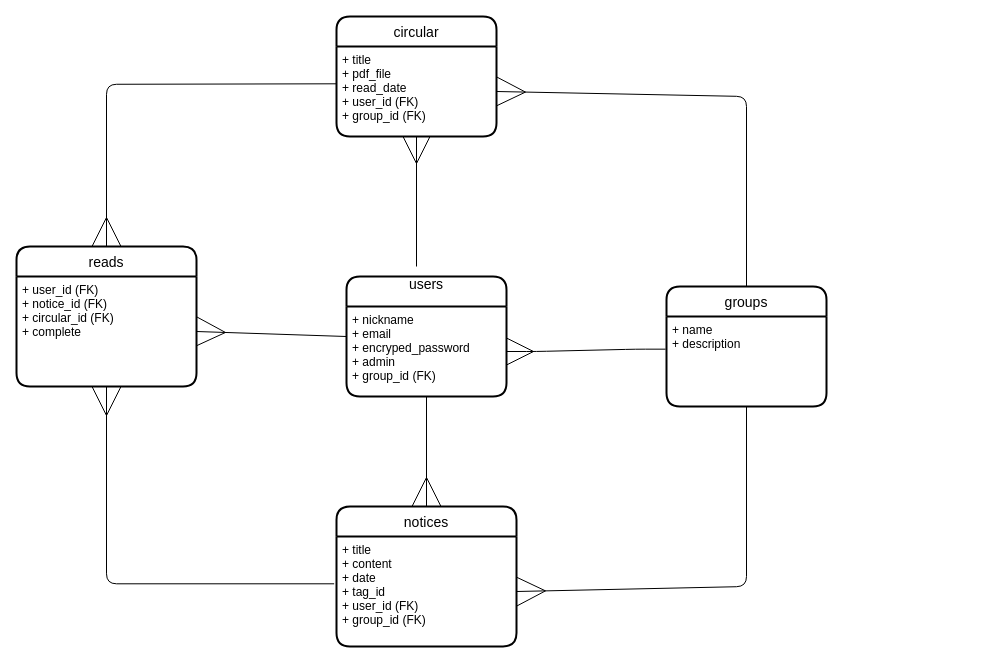
kimu805/townfo keeps this draw.io diagram as er.dio. Above is the earlier version. Source tidied: cells renumbered, new cells numbered last; positions are measured from the earlier drawing's top-left corner, leaving out a move shared by most shapes. Both pictures are drawn from the tidied source at 100%, with x=0, y=0 at pixel (16, 16).
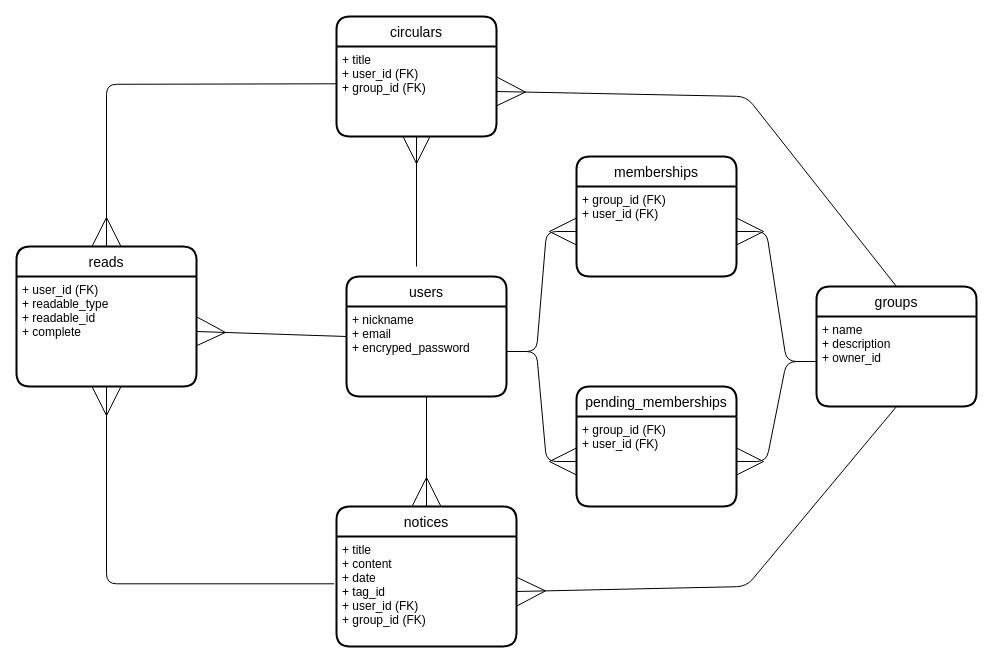
The same page after the edit.

The change refers to these unchanged cells:
```xml
<mxCell id="15" value="reads" style="swimlane;horizontal=1;startSize=30;rounded=1;fontSize=14;fontStyle=0;strokeWidth=2;shadow=0;dashed=0;align=center;" parent="1" vertex="1">
  <mxGeometry y="230" width="180" height="140" as="geometry" />
</mxCell>
```

What changed in the source:
```diff
@@
-    <mxCell id="2" value="users&#10;" style="swimlane;horizontal=1;startSize=30;rounded=1;fontSize=14;fontStyle=0;strokeWidth=2;shadow=0;dashed=0;align=center;" parent="1" vertex="1">
+    <mxCell id="2" value="users" style="swimlane;horizontal=1;startSize=30;rounded=1;fontSize=14;fontStyle=0;strokeWidth=2;shadow=0;dashed=0;align=center;" parent="1" vertex="1">
       <mxGeometry x="330" y="260" width="160" height="120" as="geometry" />
     </mxCell>
-    <mxCell id="3" value="+ nickname&#10;+ email&#10;+ encryped_password&#10;+ admin&#10;+ group_id (FK)" style="align=left;strokeColor=none;fillColor=none;spacingLeft=4;fontSize=12;verticalAlign=top;" parent="2" vertex="1">
+    <mxCell id="3" value="+ nickname&#10;+ email&#10;+ encryped_password" style="align=left;strokeColor=none;fillColor=none;spacingLeft=4;fontSize=12;verticalAlign=top;" parent="2" vertex="1">
       <mxGeometry y="30" width="160" height="90" as="geometry" />
     </mxCell>
     <mxCell id="4" value="groups" style="swimlane;horizontal=1;startSize=30;rounded=1;fontSize=14;fontStyle=0;strokeWidth=2;shadow=0;dashed=0;align=center;" parent="1" vertex="1">
-      <mxGeometry x="650" y="270" width="160" height="120" as="geometry" />
+      <mxGeometry x="800" y="270" width="160" height="120" as="geometry" />
     </mxCell>
-    <mxCell id="5" value="+ name&#10;+ description" style="align=left;strokeColor=none;fillColor=none;spacingLeft=4;fontSize=12;verticalAlign=top;" parent="4" vertex="1">
+    <mxCell id="5" value="+ name&#10;+ description&#10;+ owner_id" style="align=left;strokeColor=none;fillColor=none;spacingLeft=4;fontSize=12;verticalAlign=top;" parent="4" vertex="1">
       <mxGeometry y="30" width="160" height="90" as="geometry" />
     </mxCell>
@@
-    <mxCell id="8" value="circular" style="swimlane;horizontal=1;startSize=30;rounded=1;fontSize=14;fontStyle=0;strokeWidth=2;shadow=0;dashed=0;align=center;" parent="1" vertex="1">
+    <mxCell id="8" value="circulars" style="swimlane;horizontal=1;startSize=30;rounded=1;fontSize=14;fontStyle=0;strokeWidth=2;shadow=0;dashed=0;align=center;" parent="1" vertex="1">
       <mxGeometry x="320" width="160" height="120" as="geometry" />
     </mxCell>
-    <mxCell id="9" value="+ title&#10;+ pdf_file&#10;+ read_date&#10;+ user_id (FK)&#10;+ group_id (FK)" style="align=left;strokeColor=none;fillColor=none;spacingLeft=4;fontSize=12;verticalAlign=top;" parent="8" vertex="1">
+    <mxCell id="9" value="+ title&#10;+ user_id (FK)&#10;+ group_id (FK)" style="align=left;strokeColor=none;fillColor=none;spacingLeft=4;fontSize=12;verticalAlign=top;" parent="8" vertex="1">
       <mxGeometry y="30" width="160" height="90" as="geometry" />
     </mxCell>
@@
-    <mxCell id="11" style="edgeStyle=entityRelationEdgeStyle;fontSize=12;html=1;endArrow=ERmany;entryX=1;entryY=0.5;entryDx=0;entryDy=0;exitX=-0.006;exitY=0.363;exitDx=0;exitDy=0;exitPerimeter=0;targetPerimeterSpacing=0;endSize=25;" parent="1" edge="1" source="5" target="3">
-      <mxGeometry relative="1" as="geometry" />
-    </mxCell>
@@
-    <mxCell id="16" value="+ user_id (FK)&#10;+ notice_id (FK)&#10;+ circular_id (FK)&#10;+ complete" style="align=left;strokeColor=none;fillColor=none;spacingLeft=4;fontSize=12;verticalAlign=top;" parent="15" vertex="1">
+    <mxCell id="16" value="+ user_id (FK)&#10;+ readable_type&#10;+ readable_id&#10;+ complete" style="align=left;strokeColor=none;fillColor=none;spacingLeft=4;fontSize=12;verticalAlign=top;" parent="15" vertex="1">
       <mxGeometry y="30" width="180" height="110" as="geometry" />
     </mxCell>
@@
+    <mxCell id="20" value="memberships" style="swimlane;horizontal=1;startSize=30;rounded=1;fontSize=14;fontStyle=0;strokeWidth=2;shadow=0;dashed=0;align=center;" parent="1" vertex="1">
+      <mxGeometry x="560" y="140" width="160" height="120" as="geometry" />
+    </mxCell>
+    <mxCell id="21" value="+ group_id (FK)&#10;+ user_id (FK)" style="align=left;strokeColor=none;fillColor=none;spacingLeft=4;fontSize=12;verticalAlign=top;" parent="20" vertex="1">
+      <mxGeometry y="30" width="160" height="90" as="geometry" />
+    </mxCell>
+    <mxCell id="22" style="edgeStyle=entityRelationEdgeStyle;fontSize=12;html=1;endArrow=ERmany;exitX=1;exitY=0.5;exitDx=0;exitDy=0;targetPerimeterSpacing=0;endSize=25;entryX=0;entryY=0.5;entryDx=0;entryDy=0;" parent="1" edge="1" source="3" target="21">
+      <mxGeometry relative="1" as="geometry" />
+    </mxCell>
+    <mxCell id="23" style="edgeStyle=entityRelationEdgeStyle;fontSize=12;html=1;endArrow=ERmany;entryX=1;entryY=0.5;entryDx=0;entryDy=0;exitX=0;exitY=0.5;exitDx=0;exitDy=0;targetPerimeterSpacing=0;endSize=25;" parent="1" edge="1" source="5" target="21">
+      <mxGeometry relative="1" as="geometry" />
+    </mxCell>
+    <mxCell id="24" value="pending_memberships" style="swimlane;horizontal=1;startSize=30;rounded=1;fontSize=14;fontStyle=0;strokeWidth=2;shadow=0;dashed=0;align=center;" parent="1" vertex="1">
+      <mxGeometry x="560" y="370" width="160" height="120" as="geometry" />
+    </mxCell>
+    <mxCell id="25" value="+ group_id (FK)&#10;+ user_id (FK)" style="align=left;strokeColor=none;fillColor=none;spacingLeft=4;fontSize=12;verticalAlign=top;" parent="24" vertex="1">
+      <mxGeometry y="30" width="160" height="90" as="geometry" />
+    </mxCell>
+    <mxCell id="26" style="edgeStyle=entityRelationEdgeStyle;fontSize=12;html=1;endArrow=ERmany;entryX=1;entryY=0.5;entryDx=0;entryDy=0;exitX=0;exitY=0.5;exitDx=0;exitDy=0;targetPerimeterSpacing=0;endSize=25;" parent="1" edge="1" source="5" target="25">
+      <mxGeometry relative="1" as="geometry" />
+    </mxCell>
+    <mxCell id="27" style="edgeStyle=entityRelationEdgeStyle;fontSize=12;html=1;endArrow=ERmany;exitX=1;exitY=0.5;exitDx=0;exitDy=0;targetPerimeterSpacing=0;endSize=25;entryX=0;entryY=0.5;entryDx=0;entryDy=0;" parent="1" edge="1" source="3" target="25">
+      <mxGeometry relative="1" as="geometry" />
+    </mxCell>
```
